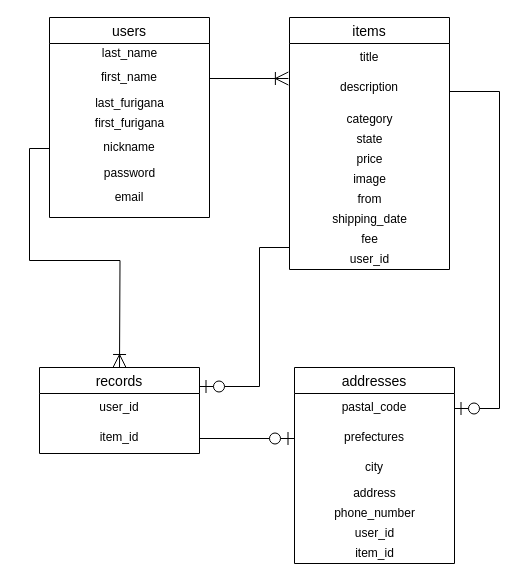
kokou2727/furima-34396 keeps this draw.io diagram as er.dio. Above is the earlier version. Source tidied: cells renumbered, new cells numbered last; positions are measured from the earlier drawing's top-left corner, leaving out a move shared by most shapes. Both pictures are drawn from the tidied source at 100%, with x=0, y=0 at pixel (39, 17).
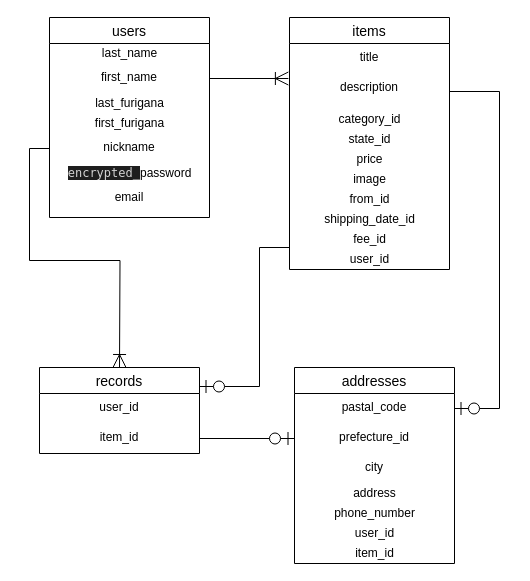
The same diagram, later.

Unchanged cells that the change refers to:
```xml
<mxCell id="2" value="items" style="swimlane;fontStyle=0;horizontal=1;startSize=26;align=center;fontSize=14;" parent="1" vertex="1">
  <mxGeometry x="250" width="160" height="252" as="geometry" />
</mxCell>
<mxCell id="16" value="addresses" style="swimlane;fontStyle=0;horizontal=1;startSize=26;align=center;fontSize=14;" parent="1" vertex="1">
  <mxGeometry x="255" y="350" width="160" height="196" as="geometry" />
</mxCell>
<mxCell id="24" value="users" style="swimlane;fontStyle=0;horizontal=1;startSize=26;align=center;fontSize=14;" parent="1" vertex="1">
  <mxGeometry x="10" width="160" height="200" as="geometry" />
</mxCell>
```

What changed in the source:
```diff
@@
-    <mxCell id="5" value="category" style="text;html=1;align=center;verticalAlign=middle;fillColor=none;strokeColor=none;rounded=0;" parent="2" vertex="1">
+    <mxCell id="5" value="category_id" style="text;html=1;align=center;verticalAlign=middle;fillColor=none;strokeColor=none;rounded=0;" parent="2" vertex="1">
       <mxGeometry y="92" width="160" height="20" as="geometry" />
     </mxCell>
-    <mxCell id="6" value="state" style="text;html=1;align=center;verticalAlign=middle;fillColor=none;strokeColor=none;rounded=0;" parent="2" vertex="1">
+    <mxCell id="6" value="state_id" style="text;html=1;align=center;verticalAlign=middle;fillColor=none;strokeColor=none;rounded=0;" parent="2" vertex="1">
       <mxGeometry y="112" width="160" height="20" as="geometry" />
     </mxCell>
@@
-    <mxCell id="9" value="from" style="text;html=1;align=center;verticalAlign=middle;fillColor=none;strokeColor=none;rounded=0;" parent="2" vertex="1">
+    <mxCell id="9" value="from_id" style="text;html=1;align=center;verticalAlign=middle;fillColor=none;strokeColor=none;rounded=0;" parent="2" vertex="1">
       <mxGeometry y="172" width="160" height="20" as="geometry" />
     </mxCell>
-    <mxCell id="10" value="shipping_date" style="text;html=1;align=center;verticalAlign=middle;fillColor=none;strokeColor=none;rounded=0;" parent="2" vertex="1">
+    <mxCell id="10" value="shipping_date_id" style="text;html=1;align=center;verticalAlign=middle;fillColor=none;strokeColor=none;rounded=0;" parent="2" vertex="1">
       <mxGeometry y="192" width="160" height="20" as="geometry" />
     </mxCell>
-    <mxCell id="11" value="fee" style="text;html=1;align=center;verticalAlign=middle;fillColor=none;strokeColor=none;rounded=0;" parent="2" vertex="1">
+    <mxCell id="11" value="fee_id" style="text;html=1;align=center;verticalAlign=middle;fillColor=none;strokeColor=none;rounded=0;" parent="2" vertex="1">
       <mxGeometry y="212" width="160" height="20" as="geometry" />
     </mxCell>
@@
-    <mxCell id="18" value="prefectures" style="text;strokeColor=none;fillColor=none;spacingLeft=4;spacingRight=4;overflow=hidden;points=[[0,0.5],[1,0.5]];portConstraint=eastwest;fontSize=12;align=center;" parent="16" vertex="1">
+    <mxCell id="18" value="prefecture_id" style="text;strokeColor=none;fillColor=none;spacingLeft=4;spacingRight=4;overflow=hidden;points=[[0,0.5],[1,0.5]];portConstraint=eastwest;fontSize=12;align=center;" parent="16" vertex="1">
       <mxGeometry y="56" width="160" height="30" as="geometry" />
     </mxCell>
@@
-    <mxCell id="30" value="password" style="text;html=1;align=center;verticalAlign=middle;fillColor=none;strokeColor=none;rounded=0;" parent="24" vertex="1">
+    <mxCell id="30" value="&lt;span style=&quot;background-color: rgb(30 , 30 , 30) ; color: rgb(212 , 212 , 212) ; font-family: &amp;#34;menlo&amp;#34; , &amp;#34;monaco&amp;#34; , &amp;#34;courier new&amp;#34; , monospace&quot;&gt;encrypted_&lt;/span&gt;password" style="text;html=1;align=center;verticalAlign=middle;fillColor=none;strokeColor=none;rounded=0;" parent="24" vertex="1">
       <mxGeometry y="146" width="160" height="20" as="geometry" />
     </mxCell>
```
